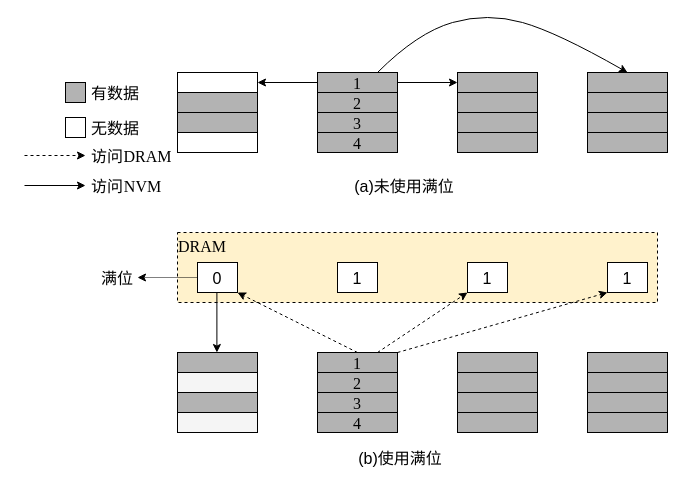
Above: page "使用满位与不使用" (5 of 18) of 毕业论文.drawio in HustDsy/Picture (draw.io), before the change. Source tidied: cells renumbered, new cells numbered last; positions are measured from the earlier drawing's top-left corner, leaving out a move shared by most shapes. Both pictures are drawn from the tidied source at 100%, with x=0, y=0 at pixel (24, 12).
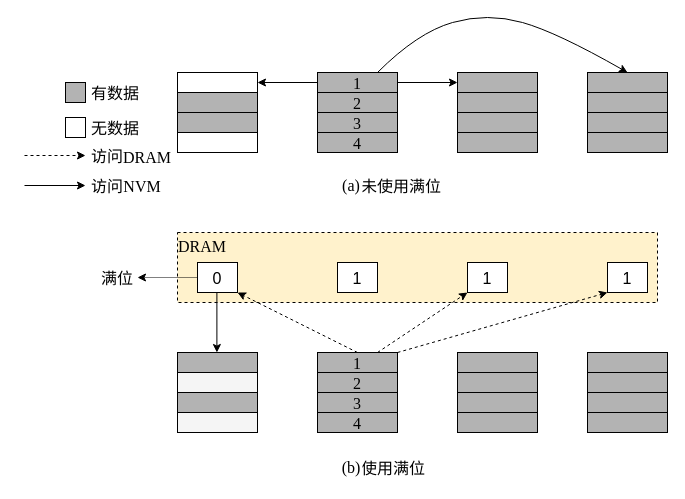
Above is the later version.

The change refers to these unchanged cells:
```xml
<mxCell id="5" value="1" style="rounded=0;fontFamily=Times New Roman;fontSize=16;fillColor=#B3B3B3;strokeColor=#000000;" parent="1" vertex="1">
  <mxGeometry x="293" y="60" width="80" height="20" as="geometry" />
</mxCell>
<mxCell id="13" style="rounded=0;fillColor=#B3B3B3;fontColor=#333333;strokeColor=#000000;fontSize=16;" parent="1" vertex="1">
  <mxGeometry x="563" y="60" width="80" height="20" as="geometry" />
</mxCell>
```

Diff of the diagram source:
```diff
@@
-    <mxCell id="42" style="endArrow=classic;html=1;curved=1;entryX=0.5;entryY=0;entryDx=0;entryDy=0;exitX=0.75;exitY=0;exitDx=0;exitDy=0;fontSize=16;" parent="1" edge="1" source="5" target="13">
+    <mxCell id="42" style="endArrow=classic;curved=1;entryX=0.5;entryY=0;entryDx=0;entryDy=0;exitX=0.75;exitY=0;exitDx=0;exitDy=0;fontSize=16;" parent="1" edge="1" source="5" target="13">
       <mxGeometry relative="1" as="geometry">
         <Array as="points">
           <mxPoint x="393" y="20" />
           <mxPoint x="463" />
           <mxPoint x="533" y="20" />
         </Array>
       </mxGeometry>
     </mxCell>
@@
-    <mxCell id="45" value="(a)未使用满位" style="text;strokeColor=none;fillColor=none;align=center;verticalAlign=middle;rounded=0;dashed=1;fontSize=16;fontFamily=简宋;" parent="1" vertex="1">
-      <mxGeometry x="317" y="158" width="126" height="30" as="geometry" />
+    <mxCell id="45" value="未使用满位" style="text;strokeColor=none;fillColor=none;align=center;verticalAlign=middle;rounded=0;dashed=1;fontSize=16;fontFamily=简宋;" parent="1" vertex="1">
+      <mxGeometry x="314" y="158" width="126" height="30" as="geometry" />
     </mxCell>
@@
-    <mxCell id="58" value="(b)使用满位" style="text;strokeColor=none;fillColor=none;align=center;verticalAlign=middle;rounded=0;dashed=1;fontSize=16;fontFamily=简宋;" parent="1" vertex="1">
-      <mxGeometry x="313" y="430" width="126" height="30" as="geometry" />
-    </mxCell>
-    <mxCell id="59" value="NVM" style="text;html=1;align=center;verticalAlign=middle;strokeColor=none;fillColor=none;fontSize=16;fontFamily=Times New Roman;" parent="1" vertex="1">
-      <mxGeometry x="93" y="164" width="50" height="20" as="geometry" />
+    <mxCell id="59" value="NVM" style="text;align=center;verticalAlign=middle;strokeColor=none;fillColor=none;fontSize=16;fontFamily=Times New Roman;" parent="1" vertex="1">
+      <mxGeometry x="93" y="163" width="50" height="20" as="geometry" />
     </mxCell>
-    <mxCell id="60" value="DRAM" style="text;html=1;align=center;verticalAlign=middle;strokeColor=none;fillColor=none;fontSize=16;fontFamily=Times New Roman;" parent="1" vertex="1">
+    <mxCell id="60" value="DRAM" style="text;align=center;verticalAlign=middle;strokeColor=none;fillColor=none;fontSize=16;fontFamily=Times New Roman;" parent="1" vertex="1">
       <mxGeometry x="93" y="134" width="60" height="20" as="geometry" />
     </mxCell>
+    <mxCell id="61" value="(a)" style="text;strokeColor=none;fillColor=none;align=center;verticalAlign=middle;rounded=0;glass=0;labelBackgroundColor=default;labelBorderColor=none;fontFamily=Times New Roman;fontSize=16;" parent="1" vertex="1">
+      <mxGeometry x="297" y="157" width="60" height="30" as="geometry" />
+    </mxCell>
+    <mxCell id="62" value="使用满位" style="text;strokeColor=none;fillColor=none;align=center;verticalAlign=middle;rounded=0;dashed=1;fontSize=16;fontFamily=简宋;" parent="1" vertex="1">
+      <mxGeometry x="339" y="440" width="60" height="30" as="geometry" />
+    </mxCell>
+    <mxCell id="63" value="(b)" style="text;strokeColor=none;fillColor=none;align=center;verticalAlign=middle;rounded=0;glass=0;labelBackgroundColor=default;labelBorderColor=none;fontFamily=Times New Roman;fontSize=16;" parent="1" vertex="1">
+      <mxGeometry x="297" y="439" width="60" height="30" as="geometry" />
+    </mxCell>
```
